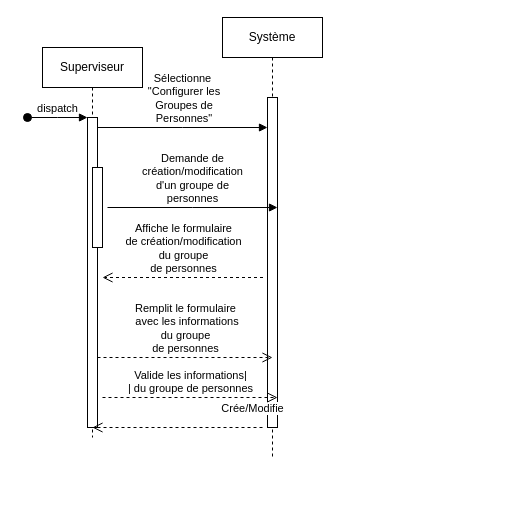
Above: DiagrammeDeSequence.drawio in BachirSylla/algo_uml (draw.io), before the change. Source tidied: cells renumbered, new cells numbered last; positions are measured from the earlier drawing's top-left corner, leaving out a move shared by most shapes. Both pictures are drawn from the tidied source at 100%, with x=0, y=0 at pixel (27, 17).
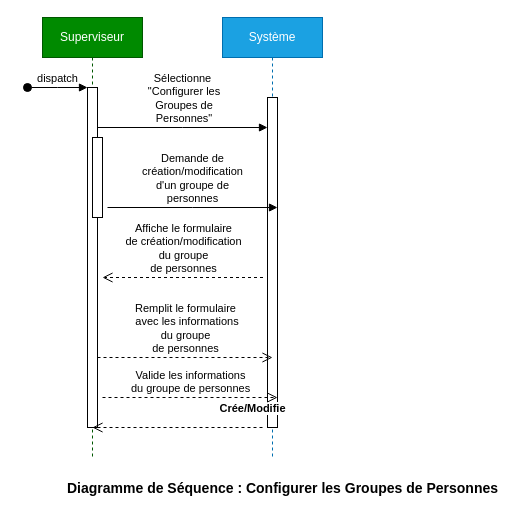
The same page after the edit.

Commit message (it also covers changes not shown here):
Mettre à jour DiagrammeDeSequence.drawio

What changed in the source:
```diff
@@
-    <mxCell id="2" value="Superviseur" style="shape=umlLifeline;perimeter=lifelinePerimeter;whiteSpace=wrap;html=1;newEdgeStyle={&quot;edgeStyle&quot;:&quot;elbowEdgeStyle&quot;,&quot;elbow&quot;:&quot;vertical&quot;,&quot;curved&quot;:0,&quot;rounded&quot;:0};" parent="1" vertex="1">
-      <mxGeometry x="15" y="30" width="100" height="390" as="geometry" />
+    <mxCell id="2" value="Superviseur" style="shape=umlLifeline;perimeter=lifelinePerimeter;whiteSpace=wrap;html=1;newEdgeStyle={&quot;edgeStyle&quot;:&quot;elbowEdgeStyle&quot;,&quot;elbow&quot;:&quot;vertical&quot;,&quot;curved&quot;:0,&quot;rounded&quot;:0};fillColor=#008a00;fontColor=#ffffff;strokeColor=#005700;" parent="1" vertex="1">
+      <mxGeometry x="15" width="100" height="440" as="geometry" />
     </mxCell>
     <mxCell id="3" style="html=1;points=[];perimeter=orthogonalPerimeter;outlineConnect=0;targetShapes=umlLifeline;portConstraint=eastwest;newEdgeStyle={&quot;edgeStyle&quot;:&quot;elbowEdgeStyle&quot;,&quot;elbow&quot;:&quot;vertical&quot;,&quot;curved&quot;:0,&quot;rounded&quot;:0};" parent="2" vertex="1">
-      <mxGeometry x="45" y="70" width="10" height="310" as="geometry" />
+      <mxGeometry x="45" y="70" width="10" height="340" as="geometry" />
     </mxCell>
@@
-    <mxCell id="6" value="Système" style="shape=umlLifeline;perimeter=lifelinePerimeter;whiteSpace=wrap;html=1;newEdgeStyle={&quot;edgeStyle&quot;:&quot;elbowEdgeStyle&quot;,&quot;elbow&quot;:&quot;vertical&quot;,&quot;curved&quot;:0,&quot;rounded&quot;:0};" parent="1" vertex="1">
+    <mxCell id="6" value="Système" style="shape=umlLifeline;perimeter=lifelinePerimeter;whiteSpace=wrap;html=1;newEdgeStyle={&quot;edgeStyle&quot;:&quot;elbowEdgeStyle&quot;,&quot;elbow&quot;:&quot;vertical&quot;,&quot;curved&quot;:0,&quot;rounded&quot;:0};fillColor=#1ba1e2;fontColor=#ffffff;strokeColor=#006EAF;" parent="1" vertex="1">
       <mxGeometry x="195" width="100" height="440" as="geometry" />
     </mxCell>
@@
-    <mxCell id="9" value="Crée/Modifie" style="html=1;verticalAlign=bottom;endArrow=open;dashed=1;endSize=8;edgeStyle=elbowEdgeStyle;elbow=vertical;curved=0;rounded=0;" parent="1" edge="1">
+    <mxCell id="9" value="&lt;b&gt;Crée/Modifie&lt;/b&gt;" style="html=1;verticalAlign=bottom;endArrow=open;dashed=1;endSize=8;edgeStyle=elbowEdgeStyle;elbow=vertical;curved=0;rounded=0;" parent="1" edge="1">
       <mxGeometry x="-0.88" y="-10" relative="1" as="geometry">
         <mxPoint x="235" y="410" as="sourcePoint" />
         <mxPoint x="65" y="410" as="targetPoint" />
         <Array as="points">
           <mxPoint x="170" y="410" />
           <mxPoint x="160" y="390" />
         </Array>
       </mxGeometry>
     </mxCell>
@@
-    <mxCell id="13" value="Valide les informations|&lt;br/&gt;        |   du groupe de personnes" style="html=1;verticalAlign=bottom;endArrow=open;dashed=1;endSize=8;edgeStyle=elbowEdgeStyle;elbow=vertical;curved=0;rounded=0;" parent="1" edge="1">
+    <mxCell id="13" value="Valide les informations&lt;br&gt;du groupe de personnes" style="html=1;verticalAlign=bottom;endArrow=open;dashed=1;endSize=8;edgeStyle=elbowEdgeStyle;elbow=vertical;curved=0;rounded=0;" parent="1" edge="1">
       <mxGeometry relative="1" as="geometry">
         <mxPoint x="75" y="380" as="sourcePoint" />
         <mxPoint x="250" y="380" as="targetPoint" />
         <Array as="points">
           <mxPoint x="135" y="380" />
           <mxPoint x="165" y="370" />
         </Array>
       </mxGeometry>
     </mxCell>
+    <mxCell id="14" value="Diagramme de Séquence : Configurer les Groupes de Personnes" style="text;align=center;fontStyle=1;verticalAlign=middle;spacingLeft=3;spacingRight=3;strokeColor=none;html=1;fontSize=14;" parent="1" vertex="1">
+      <mxGeometry x="215" y="470" width="80" as="geometry" />
+    </mxCell>
```
